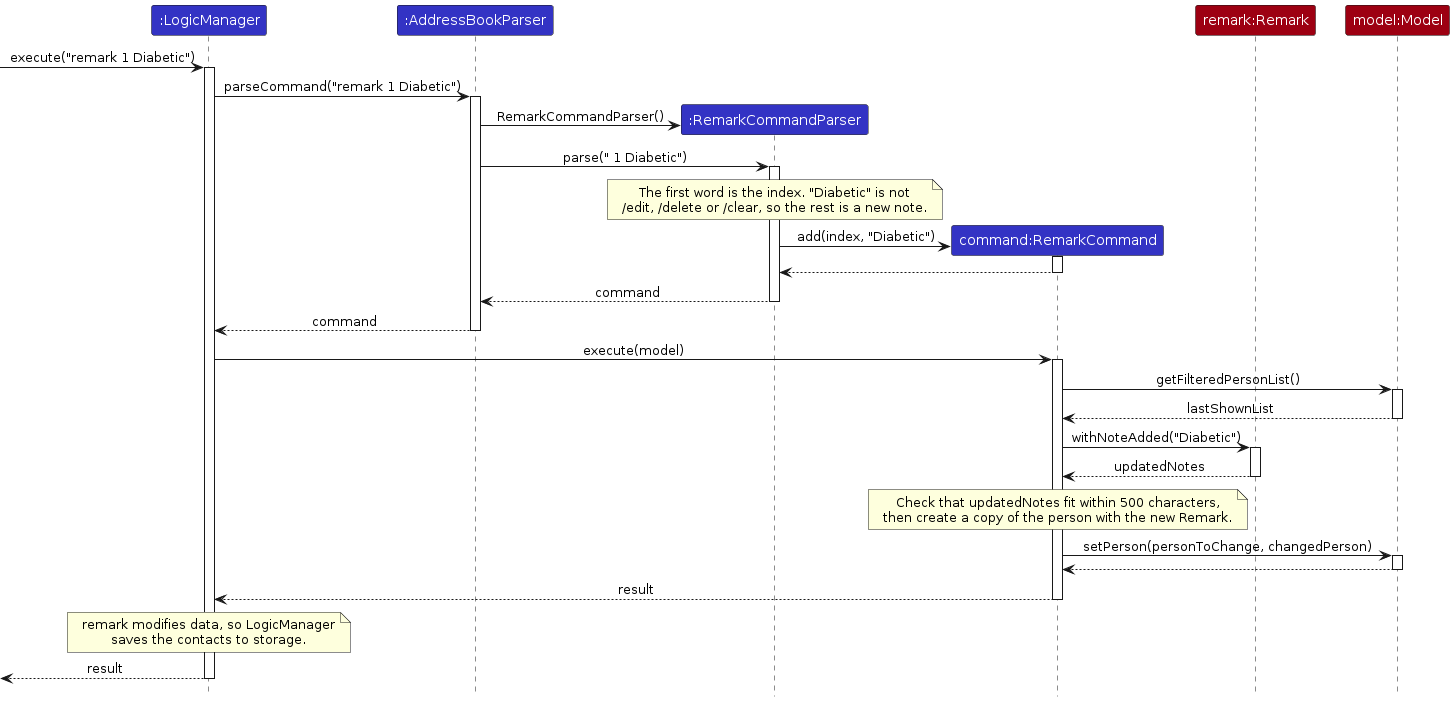
Earlier version of the PlantUML export diagrams/RemarkSequenceDiagram.png (AY2627S1-CS2103T-T08-1/tp). Its source is kept beside it as diagrams/RemarkSequenceDiagram.puml.
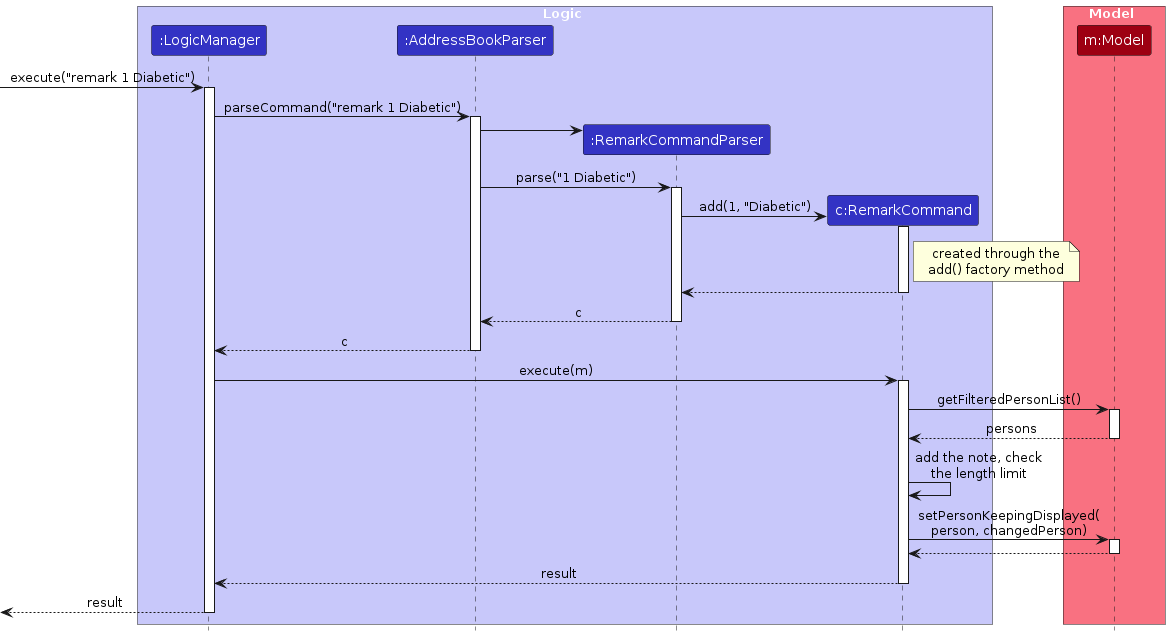
After the change.

The edit, as a diff of the source:
```diff
@@ -2,12 +2,16 @@
 !include style.puml
 skinparam ArrowFontStyle plain
 
+box Logic LOGIC_COLOR_T1
 participant ":LogicManager" as LogicManager LOGIC_COLOR
 participant ":AddressBookParser" as AddressBookParser LOGIC_COLOR
 participant ":RemarkCommandParser" as RemarkCommandParser LOGIC_COLOR
-participant "command:RemarkCommand" as RemarkCommand LOGIC_COLOR
-participant "remark:Remark" as Remark MODEL_COLOR
-participant "model:Model" as Model MODEL_COLOR
+participant "c:RemarkCommand" as RemarkCommand LOGIC_COLOR
+end box
+
+box Model MODEL_COLOR_T1
+participant "m:Model" as Model MODEL_COLOR
+end box
 
 [-> LogicManager : execute("remark 1 Diabetic")
 activate LogicManager
@@ -16,44 +20,32 @@
 activate AddressBookParser
 
 create RemarkCommandParser
-AddressBookParser -> RemarkCommandParser : RemarkCommandParser()
-AddressBookParser -> RemarkCommandParser : parse(" 1 Diabetic")
+AddressBookParser -> RemarkCommandParser
+AddressBookParser -> RemarkCommandParser : parse("1 Diabetic")
 activate RemarkCommandParser
 
-note over RemarkCommandParser
-  The first word is the index. "Diabetic" is not
-  /edit, /delete or /clear, so the rest is a new note.
-end note
-
 create RemarkCommand
-RemarkCommandParser -> RemarkCommand : add(index, "Diabetic")
+RemarkCommandParser -> RemarkCommand : add(1, "Diabetic")
 activate RemarkCommand
+note right of RemarkCommand : created through the\nadd() factory method
 RemarkCommand --> RemarkCommandParser
 deactivate RemarkCommand
 
-RemarkCommandParser --> AddressBookParser : command
+RemarkCommandParser --> AddressBookParser : c
 deactivate RemarkCommandParser
-AddressBookParser --> LogicManager : command
+AddressBookParser --> LogicManager : c
 deactivate AddressBookParser
 
-LogicManager -> RemarkCommand : execute(model)
+LogicManager -> RemarkCommand : execute(m)
 activate RemarkCommand
 RemarkCommand -> Model : getFilteredPersonList()
 activate Model
-Model --> RemarkCommand : lastShownList
+Model --> RemarkCommand : persons
 deactivate Model
 
-RemarkCommand -> Remark : withNoteAdded("Diabetic")
-activate Remark
-Remark --> RemarkCommand : updatedNotes
-deactivate Remark
+RemarkCommand -> RemarkCommand : add the note, check\nthe length limit
 
-note over RemarkCommand
-  Check that updatedNotes fit within 500 characters,
-  then create a copy of the person with the new Remark.
-end note
-
-RemarkCommand -> Model : setPerson(personToChange, changedPerson)
+RemarkCommand -> Model : setPersonKeepingDisplayed(\nperson, changedPerson)
 activate Model
 Model --> RemarkCommand
 deactivate Model
@@ -61,11 +53,6 @@
 RemarkCommand --> LogicManager : result
 deactivate RemarkCommand
 
-note over LogicManager
-  remark modifies data, so LogicManager
-  saves the contacts to storage.
-end note
-
 [<-- LogicManager : result
 deactivate LogicManager
 @enduml
```
